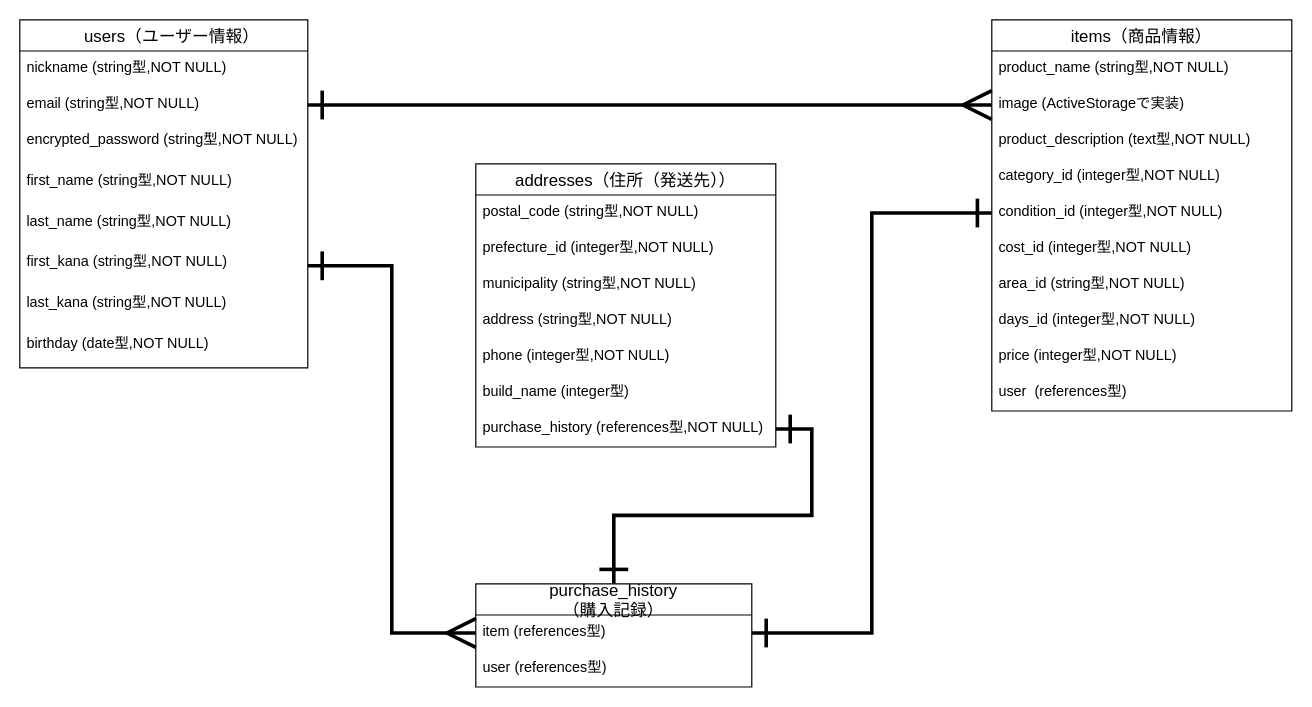
This is furima.dio from taka826/furima-30597, a draw.io file, before an edit. Source tidied: cells renumbered, new cells numbered last; positions are measured from the earlier drawing's top-left corner, leaving out a move shared by most shapes. Both pictures are drawn from the tidied source at 120%, with x=0, y=0 at pixel (19, 19).
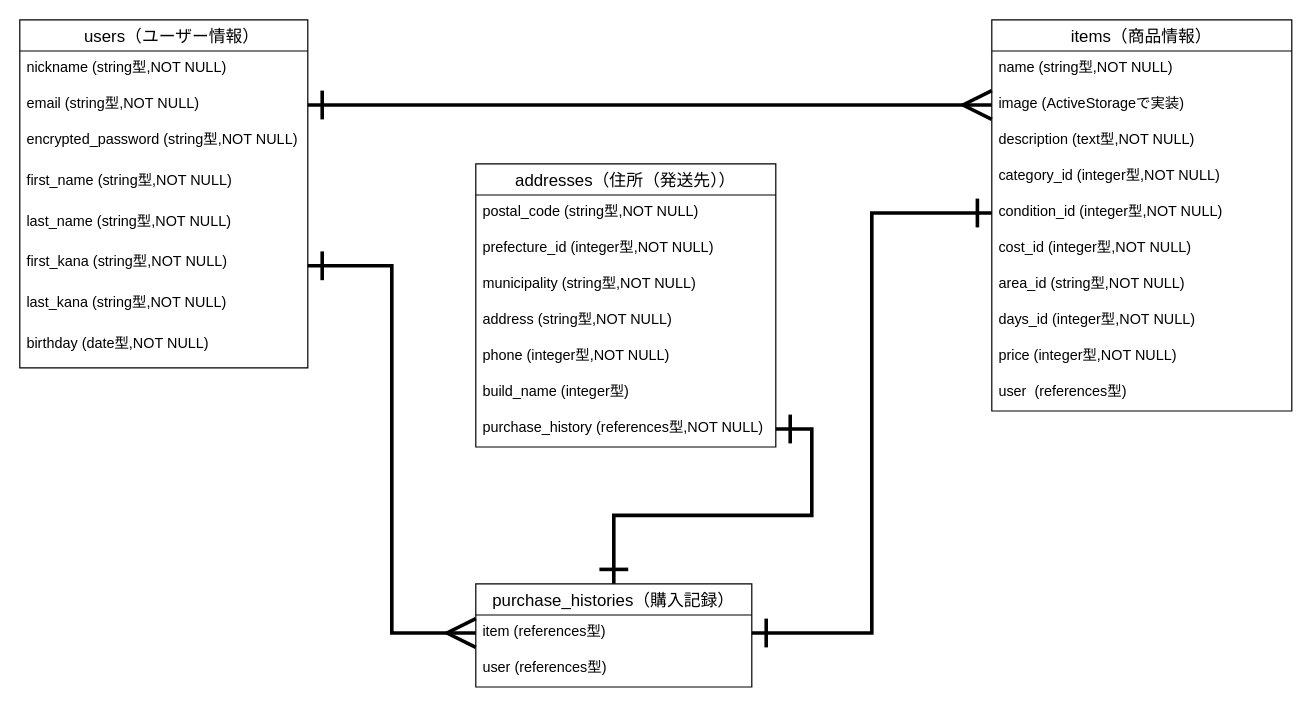
The same page after the edit.

Commit message (it also covers changes not shown here):
カラム名とテーブル名の修正

Unchanged cells that the change refers to:
```xml
<mxCell id="14" value="items（商品情報）" style="swimlane;fontStyle=0;horizontal=1;startSize=26;align=center;fontSize=14;" parent="1" vertex="1">
  <mxGeometry x="810" width="250" height="326" as="geometry" />
</mxCell>
```

Diff of the diagram source:
```diff
@@
-    <mxCell id="15" value="product_name (string型,NOT NULL)" style="text;strokeColor=none;fillColor=none;spacingLeft=4;spacingRight=4;overflow=hidden;fontSize=12;" parent="14" vertex="1">
+    <mxCell id="15" value="name (string型,NOT NULL)" style="text;strokeColor=none;fillColor=none;spacingLeft=4;spacingRight=4;overflow=hidden;fontSize=12;" parent="14" vertex="1">
       <mxGeometry y="26" width="250" height="30" as="geometry" />
     </mxCell>
@@
-    <mxCell id="17" value="product_description (text型,NOT NULL)" style="text;strokeColor=none;fillColor=none;spacingLeft=4;spacingRight=4;overflow=hidden;fontSize=12;" parent="14" vertex="1">
+    <mxCell id="17" value="description (text型,NOT NULL)" style="text;strokeColor=none;fillColor=none;spacingLeft=4;spacingRight=4;overflow=hidden;fontSize=12;" parent="14" vertex="1">
       <mxGeometry y="86" width="250" height="30" as="geometry" />
     </mxCell>
@@
-    <mxCell id="33" value="purchase_history&#10;（購入記録）" style="swimlane;fontStyle=0;horizontal=1;startSize=26;align=center;fontSize=14;" parent="1" vertex="1">
+    <mxCell id="33" value="purchase_histories（購入記録）" style="swimlane;fontStyle=0;horizontal=1;startSize=26;align=center;fontSize=14;" parent="1" vertex="1">
       <mxGeometry x="380" y="470" width="230" height="86" as="geometry" />
     </mxCell>
```
